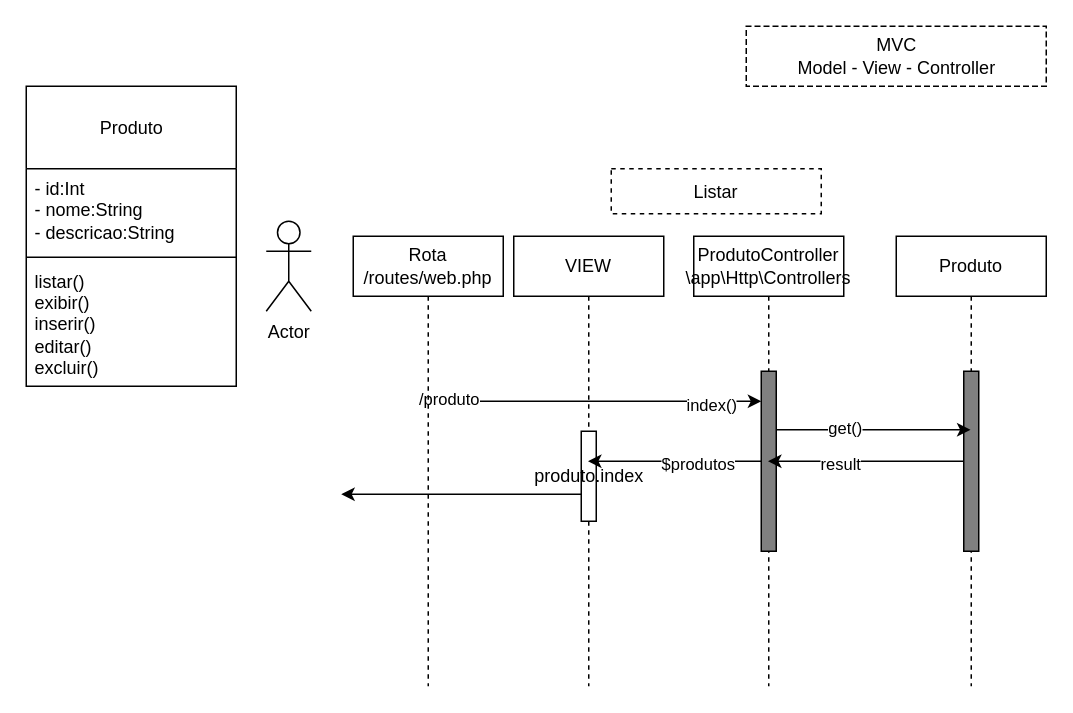
The draw.io diagram crud_diagramas/diagrama_de_classes..drawio in andreneves/PF, before the edit. Source tidied: cells renumbered, new cells numbered last; positions are measured from the earlier drawing's top-left corner, leaving out a move shared by most shapes. Both pictures are drawn from the tidied source at 150%, with x=0, y=0 at pixel (26, 26).
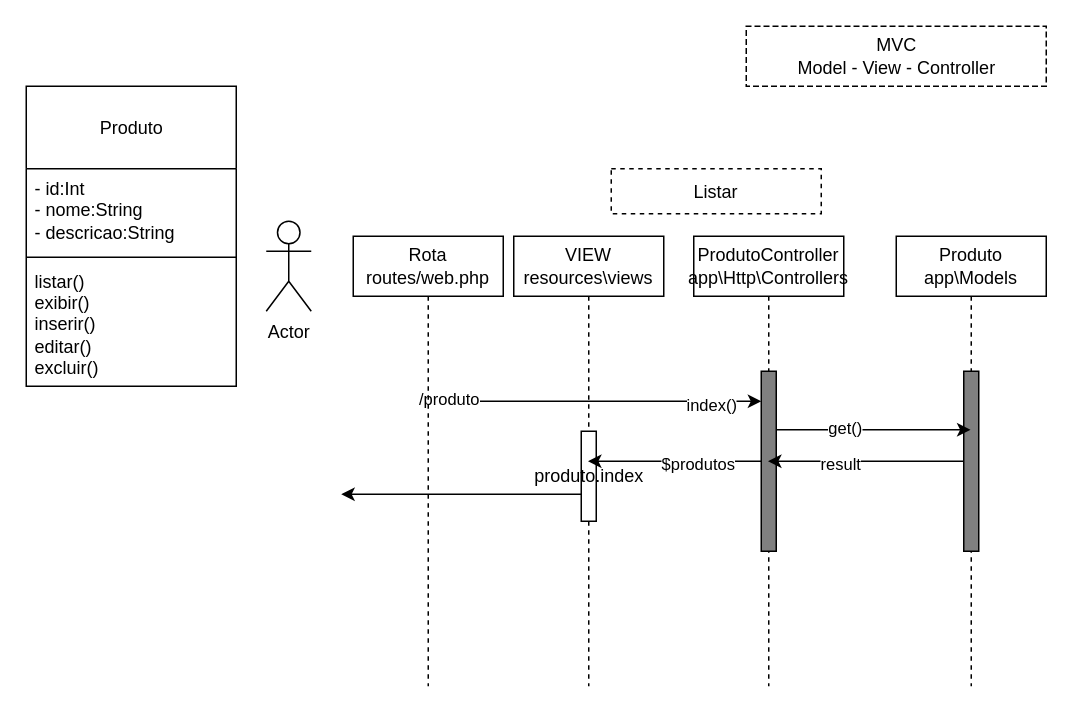
The same page after the edit.

Diff of the diagram source:
```diff
@@
-    <mxCell id="7" value="ProdutoController&lt;br&gt;\app\Http\Controllers" style="shape=umlLifeline;perimeter=lifelinePerimeter;whiteSpace=wrap;html=1;outlineConnect=0;align=center;" parent="1" vertex="1">
+    <mxCell id="7" value="ProdutoController&lt;br&gt;app\Http\Controllers" style="shape=umlLifeline;perimeter=lifelinePerimeter;whiteSpace=wrap;html=1;outlineConnect=0;align=center;" parent="1" vertex="1">
       <mxGeometry x="445" y="140" width="100" height="300" as="geometry" />
     </mxCell>
@@
-    <mxCell id="9" value="VIEW" style="shape=umlLifeline;perimeter=lifelinePerimeter;whiteSpace=wrap;html=1;outlineConnect=0;align=center;" parent="1" vertex="1">
+    <mxCell id="9" value="VIEW&lt;br&gt;resources\views" style="shape=umlLifeline;perimeter=lifelinePerimeter;whiteSpace=wrap;html=1;outlineConnect=0;align=center;" parent="1" vertex="1">
       <mxGeometry x="325" y="140" width="100" height="300" as="geometry" />
     </mxCell>
@@
-    <mxCell id="11" value="Produto" style="shape=umlLifeline;perimeter=lifelinePerimeter;whiteSpace=wrap;html=1;align=center;" parent="1" vertex="1">
+    <mxCell id="11" value="Produto&lt;br&gt;app\Models" style="shape=umlLifeline;perimeter=lifelinePerimeter;whiteSpace=wrap;html=1;align=center;" parent="1" vertex="1">
       <mxGeometry x="580" y="140" width="100" height="300" as="geometry" />
     </mxCell>
@@
-    <mxCell id="16" value="Rota&lt;br&gt;/routes/web.php" style="shape=umlLifeline;perimeter=lifelinePerimeter;whiteSpace=wrap;html=1;align=center;" parent="1" vertex="1">
+    <mxCell id="16" value="Rota&lt;br&gt;routes/web.php" style="shape=umlLifeline;perimeter=lifelinePerimeter;whiteSpace=wrap;html=1;align=center;" parent="1" vertex="1">
       <mxGeometry x="218" y="140" width="100" height="300" as="geometry" />
     </mxCell>
```
